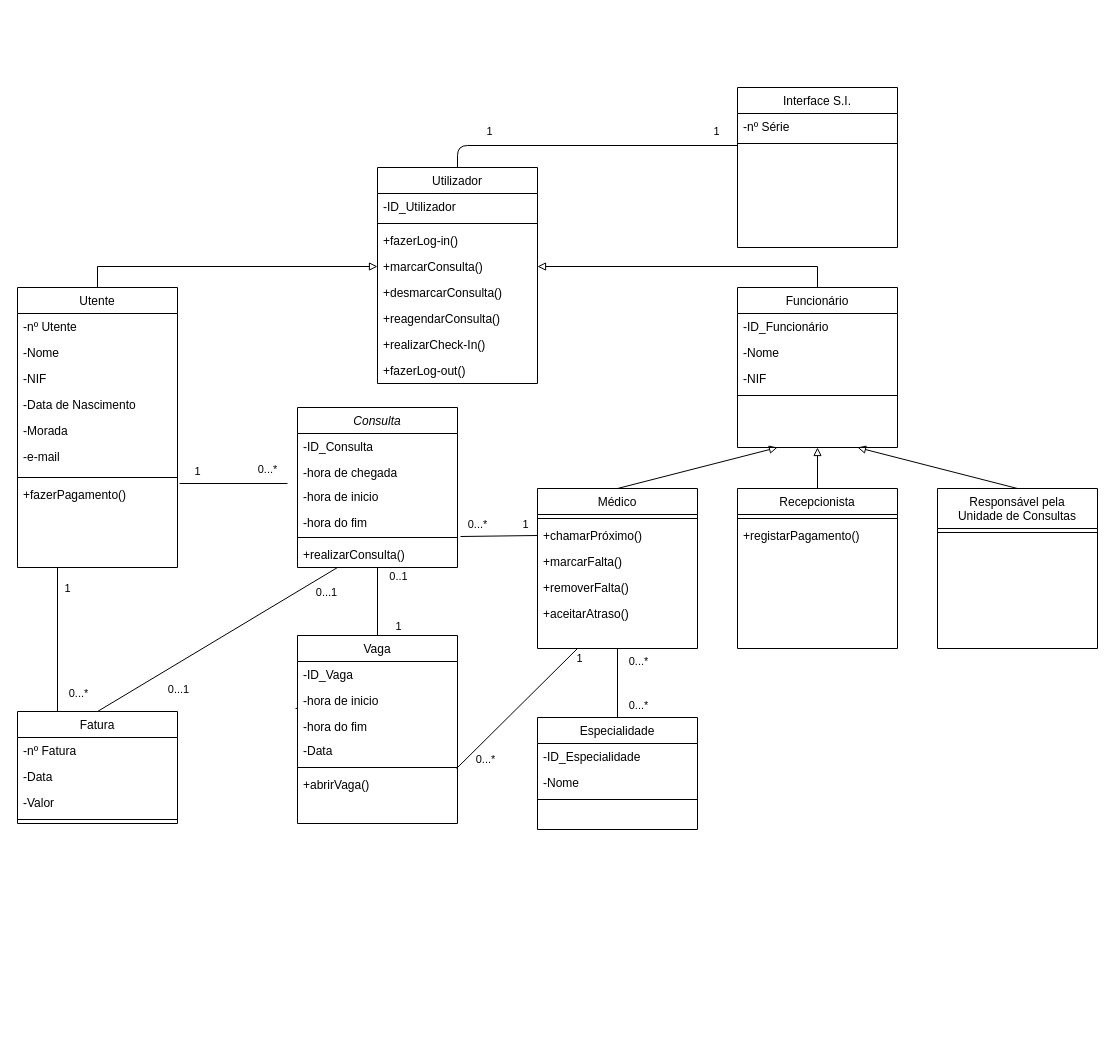
Before: Diagrama de Classes.drawio in carlan92/Hospital_Management_System, a draw.io diagram. Source tidied: cells renumbered, new cells numbered last; positions are measured from the earlier drawing's top-left corner, leaving out a move shared by most shapes. Both pictures are drawn from the tidied source at 100%, with x=0, y=0 at pixel (17, 87).
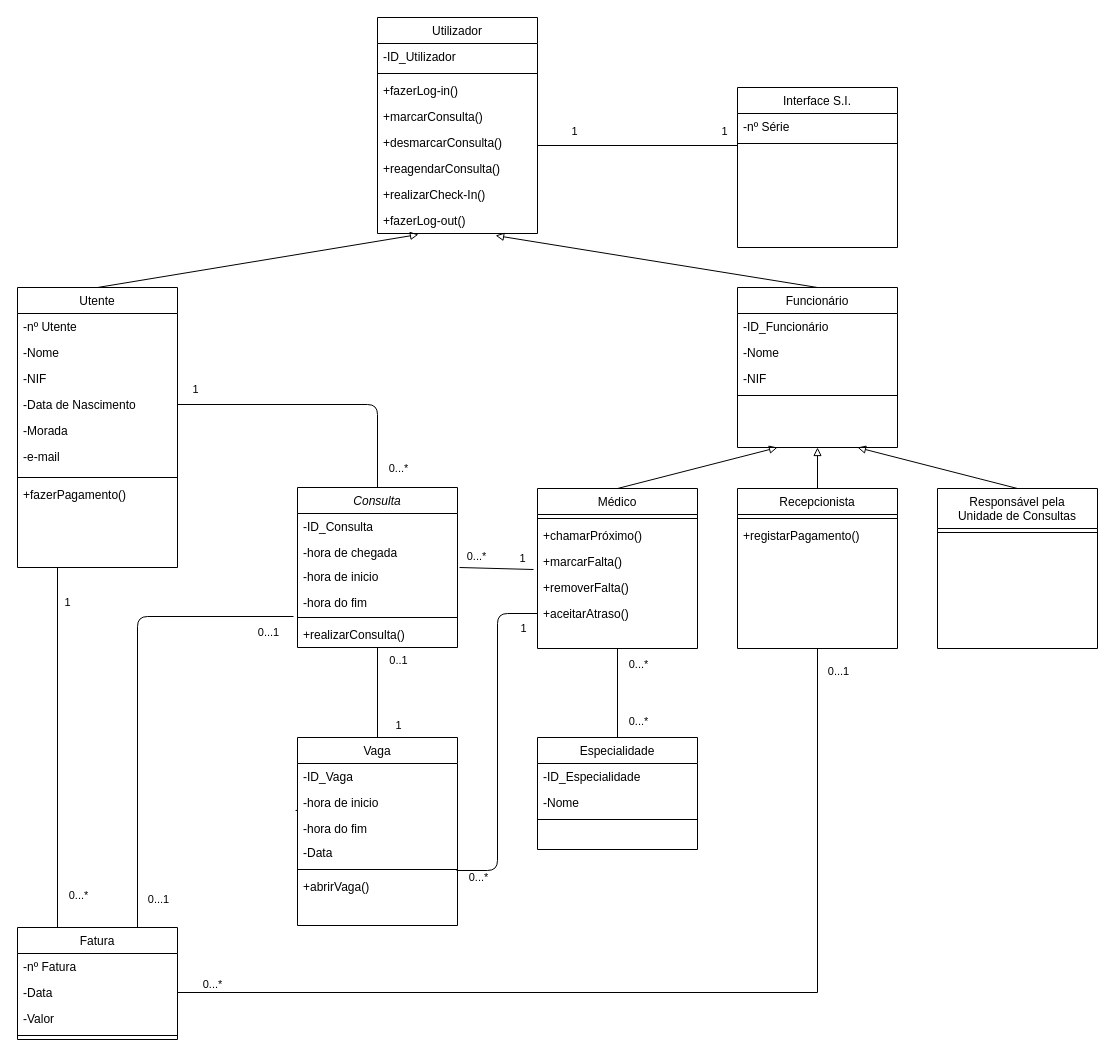
The same diagram, later.

Commit message:
update, adicionado relação entre fatura e recepcionista

Unchanged cells that the change refers to:
```xml
<mxCell id="2" value="Médico" style="swimlane;fontStyle=0;align=center;verticalAlign=top;horizontal=1;startSize=26;rounded=0;shadow=0;strokeWidth=1;" parent="1" vertex="1">
  <mxGeometry x="520" y="401" width="160" height="160" as="geometry" />
</mxCell>
<mxCell id="4" value="+chamarPróximo()" style="text;align=left;verticalAlign=top;spacingLeft=4;spacingRight=4;overflow=hidden;points=[[0,0.5],[1,0.5]];portConstraint=eastwest;rounded=0;shadow=0;html=0;" parent="2" vertex="1">
  <mxGeometry y="34" width="160" height="26" as="geometry" />
</mxCell>
<mxCell id="5" value="+marcarFalta()" style="text;align=left;verticalAlign=top;spacingLeft=4;spacingRight=4;overflow=hidden;points=[[0,0.5],[1,0.5]];portConstraint=eastwest;rounded=0;shadow=0;html=0;" parent="2" vertex="1">
  <mxGeometry y="60" width="160" height="26" as="geometry" />
</mxCell>
<mxCell id="7" value="+aceitarAtraso()" style="text;align=left;verticalAlign=top;spacingLeft=4;spacingRight=4;overflow=hidden;points=[[0,0.5],[1,0.5]];portConstraint=eastwest;rounded=0;shadow=0;html=0;" parent="2" vertex="1">
  <mxGeometry y="112" width="160" height="26" as="geometry" />
</mxCell>
<mxCell id="9" value="Utente" style="swimlane;fontStyle=0;align=center;verticalAlign=top;horizontal=1;startSize=26;rounded=0;shadow=0;strokeWidth=1;" parent="1" vertex="1">
  <mxGeometry y="200" width="160" height="280" as="geometry" />
</mxCell>
<mxCell id="13" value="-Data de Nascimento" style="text;align=left;verticalAlign=top;spacingLeft=4;spacingRight=4;overflow=hidden;points=[[0,0.5],[1,0.5]];portConstraint=eastwest;rounded=0;shadow=0;html=0;" parent="9" vertex="1">
  <mxGeometry y="104" width="160" height="26" as="geometry" />
</mxCell>
<mxCell id="17" value="+fazerPagamento()" style="text;align=left;verticalAlign=top;spacingLeft=4;spacingRight=4;overflow=hidden;points=[[0,0.5],[1,0.5]];portConstraint=eastwest;rounded=0;shadow=0;html=0;" parent="9" vertex="1">
  <mxGeometry y="194" width="160" height="26" as="geometry" />
</mxCell>
<mxCell id="19" value="Recepcionista" style="swimlane;fontStyle=0;align=center;verticalAlign=top;horizontal=1;startSize=26;rounded=0;shadow=0;strokeWidth=1;" parent="1" vertex="1">
  <mxGeometry x="720" y="401" width="160" height="160" as="geometry" />
</mxCell>
<mxCell id="26" value="Funcionário" style="swimlane;fontStyle=0;align=center;verticalAlign=top;horizontal=1;startSize=26;rounded=0;shadow=0;strokeWidth=1;" parent="1" vertex="1">
  <mxGeometry x="720" y="200" width="160" height="160" as="geometry" />
</mxCell>
<mxCell id="36" value="+marcarConsulta()" style="text;align=left;verticalAlign=top;spacingLeft=4;spacingRight=4;overflow=hidden;points=[[0,0.5],[1,0.5]];portConstraint=eastwest;rounded=0;shadow=0;html=0;" parent="32" vertex="1">
  <mxGeometry y="86" width="160" height="26" as="geometry" />
</mxCell>
<mxCell id="40" value="+fazerLog-out()" style="text;align=left;verticalAlign=top;spacingLeft=4;spacingRight=4;overflow=hidden;points=[[0,0.5],[1,0.5]];portConstraint=eastwest;rounded=0;shadow=0;html=0;" parent="32" vertex="1">
  <mxGeometry y="190" width="160" height="26" as="geometry" />
</mxCell>
<mxCell id="43" value="-Data" style="text;align=left;verticalAlign=top;spacingLeft=4;spacingRight=4;overflow=hidden;points=[[0,0.5],[1,0.5]];portConstraint=eastwest;" parent="41" vertex="1">
  <mxGeometry y="52" width="160" height="26" as="geometry" />
</mxCell>
<mxCell id="50" value="-nº Série" style="text;align=left;verticalAlign=top;spacingLeft=4;spacingRight=4;overflow=hidden;points=[[0,0.5],[1,0.5]];portConstraint=eastwest;" parent="49" vertex="1">
  <mxGeometry y="26" width="160" height="26" as="geometry" />
</mxCell>
<mxCell id="65" value="-hora de inicio" style="text;align=left;verticalAlign=top;spacingLeft=4;spacingRight=4;overflow=hidden;points=[[0,0.5],[1,0.5]];portConstraint=eastwest;" parent="62" vertex="1">
  <mxGeometry y="76" width="160" height="26" as="geometry" />
</mxCell>
<mxCell id="68" value="+realizarConsulta()" style="text;align=left;verticalAlign=top;spacingLeft=4;spacingRight=4;overflow=hidden;points=[[0,0.5],[1,0.5]];portConstraint=eastwest;rounded=0;shadow=0;html=0;" parent="62" vertex="1">
  <mxGeometry y="134" width="160" height="26" as="geometry" />
</mxCell>
<mxCell id="79" value="-Data" style="text;align=left;verticalAlign=top;spacingLeft=4;spacingRight=4;overflow=hidden;points=[[0,0.5],[1,0.5]];portConstraint=eastwest;rounded=0;shadow=0;html=0;" parent="75" vertex="1">
  <mxGeometry y="102" width="160" height="26" as="geometry" />
</mxCell>
```

What changed in the source:
```diff
@@
-    <mxCell id="8" style="edgeStyle=orthogonalEdgeStyle;rounded=0;jettySize=auto;html=1;endArrow=block;endFill=0;exitX=0.5;exitY=0;exitDx=0;exitDy=0;entryX=0;entryY=0.5;entryDx=0;entryDy=0;" parent="1" edge="1" source="9" target="36">
+    <mxCell id="8" style="rounded=0;jettySize=auto;html=1;endArrow=block;endFill=0;exitX=0.5;exitY=0;exitDx=0;exitDy=0;entryX=0.256;entryY=1.038;entryDx=0;entryDy=0;entryPerimeter=0;" parent="1" edge="1" source="9" target="40">
       <mxGeometry relative="1" as="geometry" />
     </mxCell>
@@
-    <mxCell id="25" style="edgeStyle=orthogonalEdgeStyle;rounded=0;jettySize=auto;html=1;endArrow=block;endFill=0;exitX=0.5;exitY=0;exitDx=0;exitDy=0;entryX=1;entryY=0.5;entryDx=0;entryDy=0;" parent="1" edge="1" source="26" target="36">
+    <mxCell id="25" style="rounded=0;jettySize=auto;html=1;endArrow=block;endFill=0;exitX=0.5;exitY=0;exitDx=0;exitDy=0;entryX=0.738;entryY=1.077;entryDx=0;entryDy=0;entryPerimeter=0;" parent="1" edge="1" source="26" target="40">
       <mxGeometry relative="1" as="geometry" />
     </mxCell>
@@
     <mxCell id="32" value="Utilizador" style="swimlane;fontStyle=0;align=center;verticalAlign=top;horizontal=1;startSize=26;rounded=0;shadow=0;strokeWidth=1;" parent="1" vertex="1">
-      <mxGeometry x="360" y="80" width="160" height="216" as="geometry" />
+      <mxGeometry x="360" y="-70" width="160" height="216" as="geometry" />
     </mxCell>
@@
     <mxCell id="41" value="Fatura" style="swimlane;fontStyle=0;align=center;verticalAlign=top;horizontal=1;startSize=26;rounded=0;shadow=0;strokeWidth=1;" parent="1" vertex="1">
-      <mxGeometry y="624" width="160" height="112" as="geometry" />
+      <mxGeometry y="840" width="160" height="112" as="geometry" />
     </mxCell>
@@
-    <mxCell id="52" style="endArrow=none;html=1;exitX=0.5;exitY=0;exitDx=0;exitDy=0;edgeStyle=orthogonalEdgeStyle;entryX=0;entryY=1.231;entryDx=0;entryDy=0;entryPerimeter=0;" parent="1" edge="1" source="32" target="50">
-      <mxGeometry relative="1" as="geometry" />
+    <mxCell id="52" style="endArrow=none;html=1;edgeStyle=orthogonalEdgeStyle;" parent="1" edge="1">
+      <mxGeometry relative="1" as="geometry">
+        <mxPoint x="520" y="58" as="sourcePoint" />
+        <mxPoint x="720" y="58" as="targetPoint" />
+      </mxGeometry>
     </mxCell>
@@
     <mxCell id="55" value="Especialidade" style="swimlane;fontStyle=0;align=center;verticalAlign=top;horizontal=1;startSize=26;rounded=0;shadow=0;strokeWidth=1;" parent="1" vertex="1">
-      <mxGeometry x="520" y="630" width="160" height="112" as="geometry" />
+      <mxGeometry x="520" y="650" width="160" height="112" as="geometry" />
     </mxCell>
@@
     <mxCell id="62" value="Consulta" style="swimlane;fontStyle=2;align=center;verticalAlign=top;horizontal=1;startSize=26;rounded=0;shadow=0;strokeWidth=1;" parent="1" vertex="1">
-      <mxGeometry x="280" y="320" width="160" height="160" as="geometry" />
+      <mxGeometry x="280" y="400" width="160" height="160" as="geometry" />
     </mxCell>
@@
-    <mxCell id="69" style="endArrow=none;html=1;entryX=0;entryY=0.5;entryDx=0;entryDy=0;exitX=1.019;exitY=-0.192;exitDx=0;exitDy=0;exitPerimeter=0;" parent="1" edge="1" source="68" target="4">
+    <mxCell id="69" style="endArrow=none;html=1;exitX=1.013;exitY=0.154;exitDx=0;exitDy=0;exitPerimeter=0;entryX=-0.025;entryY=0.808;entryDx=0;entryDy=0;entryPerimeter=0;" parent="1" edge="1" source="65" target="5">
       <mxGeometry relative="1" as="geometry" />
     </mxCell>
@@
-    <mxCell id="72" style="endArrow=none;html=1;entryX=1.013;entryY=0.077;entryDx=0;entryDy=0;entryPerimeter=0;" parent="1" edge="1" target="17">
+    <mxCell id="72" style="endArrow=none;html=1;entryX=1;entryY=0.5;entryDx=0;entryDy=0;exitX=0.5;exitY=0;exitDx=0;exitDy=0;edgeStyle=orthogonalEdgeStyle;" parent="1" edge="1" source="62" target="13">
       <mxGeometry relative="1" as="geometry">
-        <mxPoint x="270" y="396" as="sourcePoint" />
+        <Array as="points">
+          <mxPoint x="360" y="317" />
+        </Array>
       </mxGeometry>
     </mxCell>
     <mxCell id="73" value="1" style="edgeLabel;html=1;align=center;verticalAlign=middle;" parent="72" vertex="1">
       <mxGeometry x="0.69" relative="1" as="geometry">
-        <mxPoint y="-12.8" as="offset" />
+        <mxPoint x="-27" y="-16" as="offset" />
       </mxGeometry>
     </mxCell>
     <mxCell id="74" value="0...*" style="edgeLabel;html=1;align=center;verticalAlign=middle;" parent="72" vertex="1">
       <mxGeometry x="-0.71" y="1" relative="1" as="geometry">
-        <mxPoint x="-4.1" y="-15.5" as="offset" />
+        <mxPoint x="21" y="21" as="offset" />
       </mxGeometry>
     </mxCell>
     <mxCell id="75" value="Vaga" style="swimlane;fontStyle=0;align=center;verticalAlign=top;horizontal=1;startSize=26;rounded=0;shadow=0;strokeWidth=1;" parent="1" vertex="1">
-      <mxGeometry x="280" y="548" width="160" height="188" as="geometry" />
+      <mxGeometry x="280" y="650" width="160" height="188" as="geometry" />
     </mxCell>
@@
-    <mxCell id="86" style="endArrow=none;html=1;exitX=0.994;exitY=1.192;exitDx=0;exitDy=0;exitPerimeter=0;entryX=0.25;entryY=1;entryDx=0;entryDy=0;" parent="1" edge="1" source="79" target="2">
+    <mxCell id="86" style="endArrow=none;html=1;exitX=0.994;exitY=1.192;exitDx=0;exitDy=0;exitPerimeter=0;entryX=0;entryY=0.5;entryDx=0;entryDy=0;edgeStyle=orthogonalEdgeStyle;" parent="1" edge="1" source="79" target="7">
       <mxGeometry relative="1" as="geometry" />
     </mxCell>
     <mxCell id="87" value="1" style="edgeLabel;html=1;align=center;verticalAlign=middle;" parent="86" vertex="1">
       <mxGeometry x="0.86" y="-1" relative="1" as="geometry">
-        <mxPoint x="9.2" as="offset" />
+        <mxPoint x="9.2" y="13" as="offset" />
       </mxGeometry>
     </mxCell>
     <mxCell id="88" value="0...*" style="edgeLabel;html=1;align=center;verticalAlign=middle;" parent="86" vertex="1">
       <mxGeometry x="-0.79" y="-5" relative="1" as="geometry">
-        <mxPoint x="11.9" as="offset" />
+        <mxPoint x="-14" y="2" as="offset" />
       </mxGeometry>
     </mxCell>
-    <mxCell id="89" style="endArrow=none;html=1;exitX=0.5;exitY=0;exitDx=0;exitDy=0;entryX=0.25;entryY=1;entryDx=0;entryDy=0;" parent="1" edge="1" source="41" target="62">
+    <mxCell id="89" style="endArrow=none;html=1;exitX=0.75;exitY=0;exitDx=0;exitDy=0;entryX=-0.025;entryY=-0.192;entryDx=0;entryDy=0;edgeStyle=orthogonalEdgeStyle;entryPerimeter=0;" parent="1" edge="1" source="41" target="68">
       <mxGeometry relative="1" as="geometry" />
     </mxCell>
@@
     <mxCell id="91" value="0...1" style="edgeLabel;html=1;align=center;verticalAlign=middle;" parent="89" vertex="1">
       <mxGeometry x="-0.87" relative="1" as="geometry">
-        <mxPoint x="65.5" y="-13.3" as="offset" />
+        <mxPoint x="20" y="1" as="offset" />
       </mxGeometry>
     </mxCell>
+    <mxCell id="92" style="edgeStyle=orthogonalEdgeStyle;rounded=0;jettySize=auto;html=1;entryX=0.5;entryY=1;entryDx=0;entryDy=0;endArrow=none;endFill=0;" parent="1" edge="1" source="43" target="19">
+      <mxGeometry relative="1" as="geometry" />
+    </mxCell>
+    <mxCell id="93" value="0...*" style="edgeLabel;html=1;align=center;verticalAlign=middle;" parent="92" vertex="1">
+      <mxGeometry x="-0.93" relative="1" as="geometry">
+        <mxPoint y="-9" as="offset" />
+      </mxGeometry>
+    </mxCell>
+    <mxCell id="94" value="0...1" style="edgeLabel;html=1;align=center;verticalAlign=middle;" parent="92" vertex="1">
+      <mxGeometry x="0.93" y="1" relative="1" as="geometry">
+        <mxPoint x="21" y="-12" as="offset" />
+      </mxGeometry>
+    </mxCell>
```
